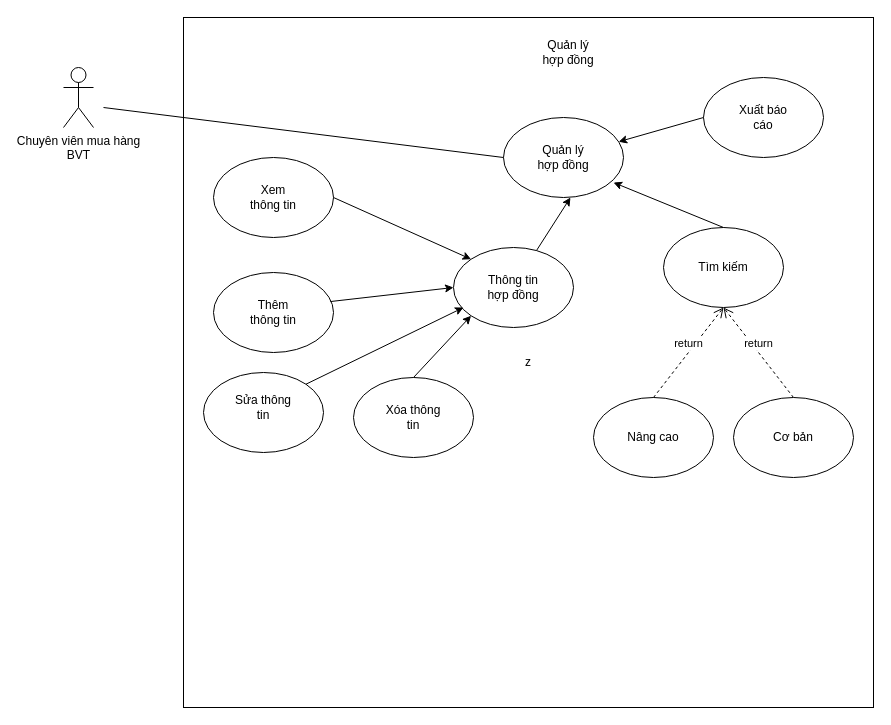
Earlier version of the draw.io diagram Untitled Diagram.drawio (daihv22796/demoShop). Source tidied: cells renumbered, new cells numbered last; positions are measured from the earlier drawing's top-left corner, leaving out a move shared by most shapes. Both pictures are drawn from the tidied source at 100%, with x=0, y=0 at pixel (63, 17).
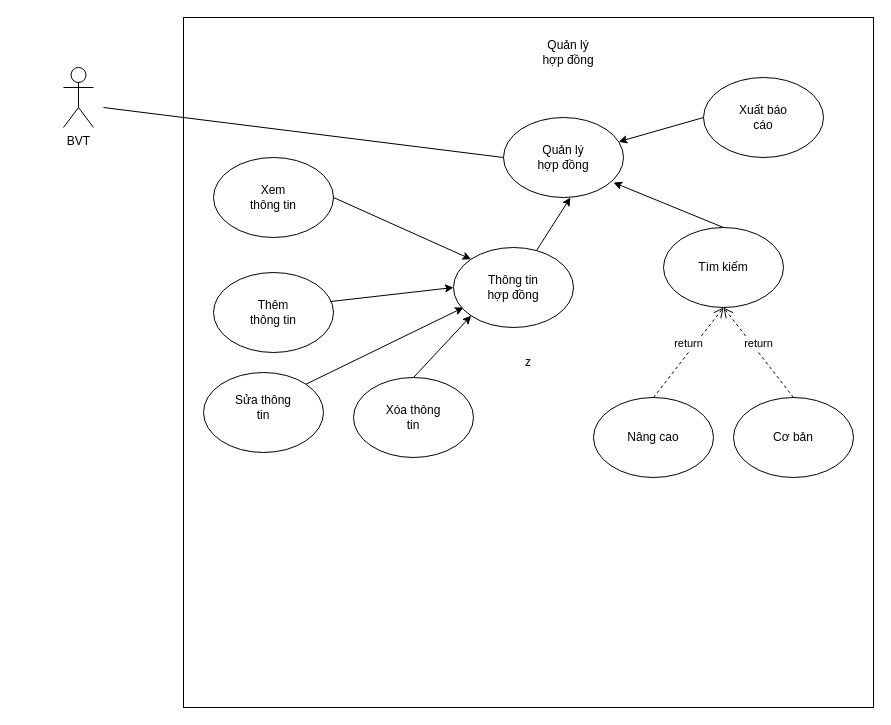
After the change.

Diff of the diagram source:
```diff
@@
-    <mxCell id="2" value="Chuyên viên mua hàng&lt;br&gt;BVT" style="shape=umlActor;verticalLabelPosition=bottom;verticalAlign=top;html=1;" parent="1" vertex="1">
+    <mxCell id="2" value="BVT" style="shape=umlActor;verticalLabelPosition=bottom;verticalAlign=top;html=1;" parent="1" vertex="1">
       <mxGeometry y="50" width="30" height="60" as="geometry" />
     </mxCell>
```
